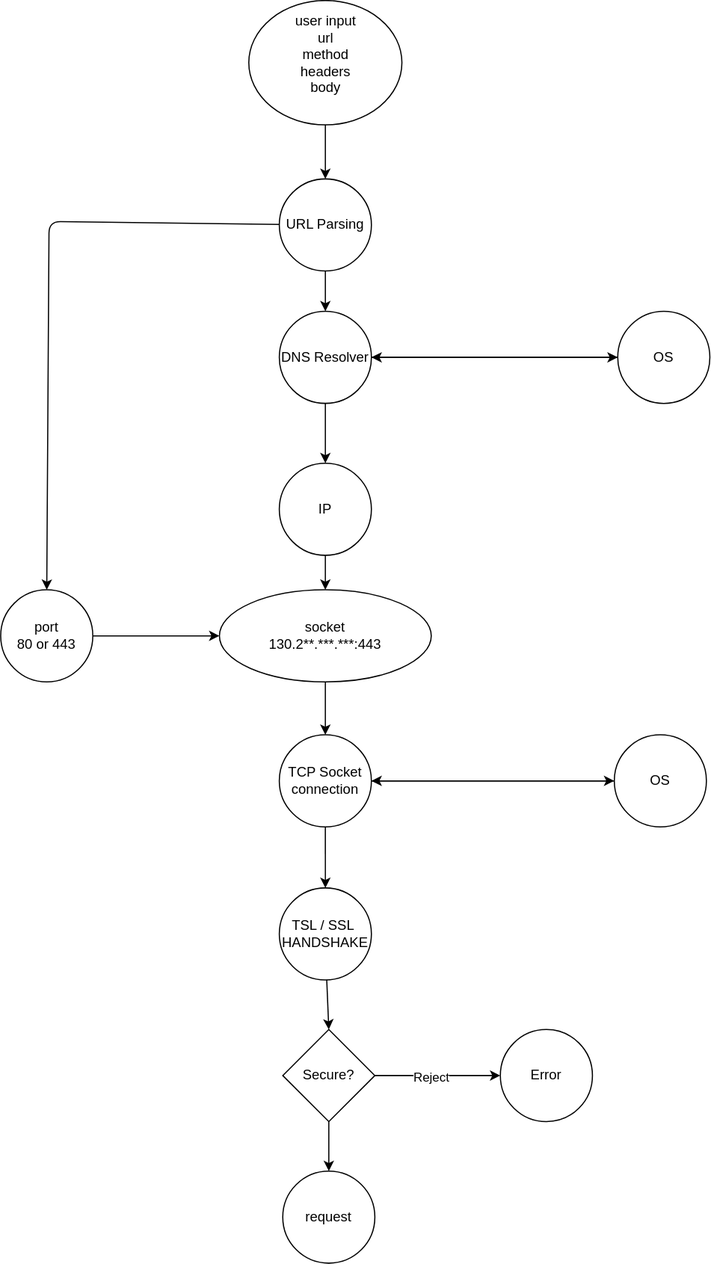
This is flow/connection.svg from MattiasBaldi/http_client, a draw.io export, as it was before one commit. Source tidied: cells renumbered, new cells last; positions are measured from the earlier drawing's top-left corner, leaving out a move shared by most shapes.
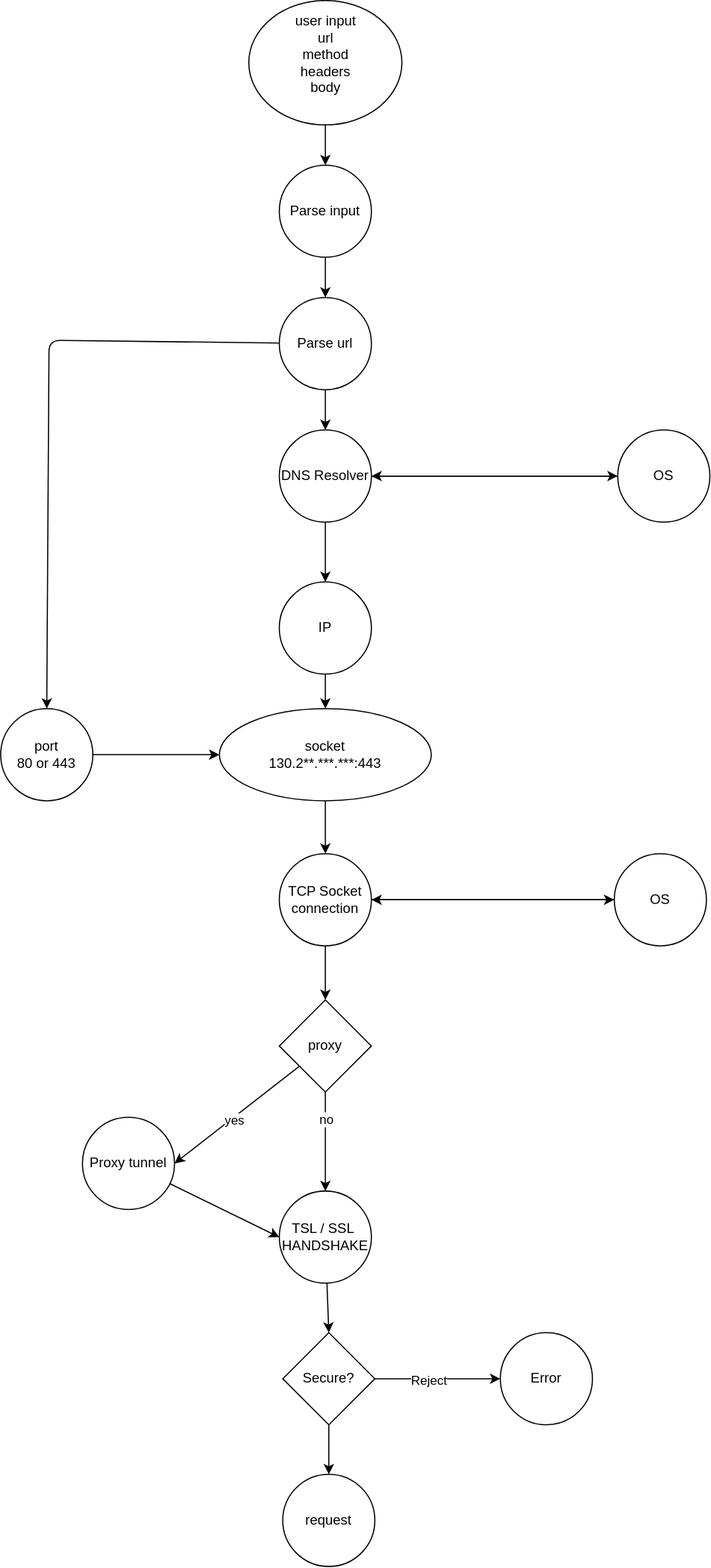
After the commit.

The edit, as a diff of the source:
```diff
@@ -3,13 +3,13 @@
     <mxCell id="0" />
     <mxCell id="1" parent="0" />
     <mxCell id="2" style="group;" parent="1" vertex="1">
-      <mxGeometry width="616" height="1097" as="geometry" />
+      <mxGeometry width="616" height="1360" as="geometry" />
     </mxCell>
     <mxCell id="3" style="edgeStyle=none;html=1;entryX=0.5;entryY=0;entryDx=0;entryDy=0;" parent="2" edge="1" source="4" target="8">
       <mxGeometry relative="1" as="geometry" />
     </mxCell>
     <mxCell id="4" value="TSL / SSL&amp;nbsp;&lt;div&gt;HANDSHAKE&lt;/div&gt;" style="ellipse;whiteSpace=wrap;html=1;" parent="2" vertex="1">
-      <mxGeometry x="242" y="771" width="80" height="80" as="geometry" />
+      <mxGeometry x="242" y="1034" width="80" height="80" as="geometry" />
     </mxCell>
     <mxCell id="5" style="edgeStyle=none;html=1;" parent="2" edge="1" source="8" target="9">
       <mxGeometry relative="1" as="geometry" />
@@ -21,34 +21,28 @@
       <mxGeometry relative="1" as="geometry" />
     </mxCell>
     <mxCell id="8" value="Secure?" style="rhombus;whiteSpace=wrap;html=1;" parent="2" vertex="1">
-      <mxGeometry x="245" y="894" width="80" height="80" as="geometry" />
+      <mxGeometry x="245" y="1157" width="80" height="80" as="geometry" />
     </mxCell>
     <mxCell id="9" value="Error" style="ellipse;whiteSpace=wrap;html=1;" parent="2" vertex="1">
-      <mxGeometry x="434" y="894" width="80" height="80" as="geometry" />
+      <mxGeometry x="434" y="1157" width="80" height="80" as="geometry" />
     </mxCell>
-    <mxCell id="10" style="edgeStyle=none;html=1;entryX=0.5;entryY=0;entryDx=0;entryDy=0;" parent="2" edge="1" source="13" target="4">
-      <mxGeometry relative="1" as="geometry" />
-    </mxCell>
     <mxCell id="11" value="request" style="ellipse;whiteSpace=wrap;html=1;" parent="2" vertex="1">
-      <mxGeometry x="245" y="1017" width="80" height="80" as="geometry" />
+      <mxGeometry x="245" y="1280" width="80" height="80" as="geometry" />
     </mxCell>
     <mxCell id="12" style="edgeStyle=none;html=1;entryX=0;entryY=0.5;entryDx=0;entryDy=0;fontColor=light-dark(#000000,#FFFFFF);" parent="2" edge="1" source="13" target="22">
       <mxGeometry relative="1" as="geometry" />
     </mxCell>
+    <mxCell id="32" style="edgeStyle=none;html=1;" parent="2" edge="1" source="13" target="42">
+      <mxGeometry relative="1" as="geometry" />
+    </mxCell>
     <mxCell id="13" value="TCP Socket connection" style="ellipse;whiteSpace=wrap;html=1;fontColor=light-dark(#000000,#FFFFFF);" parent="2" vertex="1">
-      <mxGeometry x="242" y="638" width="80" height="80" as="geometry" />
+      <mxGeometry x="242" y="741" width="80" height="80" as="geometry" />
     </mxCell>
-    <mxCell id="14" style="edgeStyle=none;html=1;entryX=0.5;entryY=0;entryDx=0;entryDy=0;fontColor=light-dark(#000000,#FFFFFF);" parent="2" edge="1" source="15" target="27">
-      <mxGeometry relative="1" as="geometry" />
-    </mxCell>
-    <mxCell id="15" value="user input&lt;div&gt;url&lt;/div&gt;&lt;div&gt;method&lt;/div&gt;&lt;div&gt;headers&lt;/div&gt;&lt;div&gt;body&lt;/div&gt;&lt;div&gt;&lt;br&gt;&lt;/div&gt;" style="ellipse;whiteSpace=wrap;html=1;align=center;fontColor=light-dark(#000000,#FFFFFF);" parent="2" vertex="1">
-      <mxGeometry x="215.5" width="133" height="108" as="geometry" />
-    </mxCell>
     <mxCell id="16" style="edgeStyle=none;html=1;entryX=0.5;entryY=0;entryDx=0;entryDy=0;fontColor=light-dark(#000000,#FFFFFF);" parent="2" edge="1" source="17" target="29">
       <mxGeometry relative="1" as="geometry" />
     </mxCell>
     <mxCell id="17" value="IP" style="ellipse;whiteSpace=wrap;html=1;fontColor=light-dark(#000000,#FFFFFF);" parent="2" vertex="1">
-      <mxGeometry x="242" y="402" width="80" height="80" as="geometry" />
+      <mxGeometry x="242" y="505" width="80" height="80" as="geometry" />
     </mxCell>
     <mxCell id="18" style="edgeStyle=none;html=1;fontColor=light-dark(#000000,#FFFFFF);" parent="2" edge="1" source="20" target="17">
       <mxGeometry relative="1" as="geometry" />
@@ -57,19 +51,19 @@
       <mxGeometry relative="1" as="geometry" />
     </mxCell>
     <mxCell id="20" value="DNS Resolver" style="ellipse;whiteSpace=wrap;html=1;fontColor=light-dark(#000000,#FFFFFF);" parent="2" vertex="1">
-      <mxGeometry x="242" y="270" width="80" height="80" as="geometry" />
+      <mxGeometry x="242" y="373" width="80" height="80" as="geometry" />
     </mxCell>
     <mxCell id="21" style="edgeStyle=none;html=1;fontColor=light-dark(#000000,#FFFFFF);" parent="2" edge="1" source="22" target="13">
       <mxGeometry relative="1" as="geometry" />
     </mxCell>
     <mxCell id="22" value="OS" style="ellipse;whiteSpace=wrap;html=1;fontColor=light-dark(#000000,#FFFFFF);" parent="2" vertex="1">
-      <mxGeometry x="533" y="638" width="80" height="80" as="geometry" />
+      <mxGeometry x="533" y="741" width="80" height="80" as="geometry" />
     </mxCell>
     <mxCell id="23" style="edgeStyle=none;html=1;fontColor=light-dark(#000000,#FFFFFF);" parent="2" edge="1" source="24" target="20">
       <mxGeometry relative="1" as="geometry" />
     </mxCell>
     <mxCell id="24" value="OS" style="ellipse;whiteSpace=wrap;html=1;fontColor=light-dark(#000000,#FFFFFF);" parent="2" vertex="1">
-      <mxGeometry x="536" y="270" width="80" height="80" as="geometry" />
+      <mxGeometry x="536" y="373" width="80" height="80" as="geometry" />
     </mxCell>
     <mxCell id="25" style="edgeStyle=none;html=1;fontColor=light-dark(#000000,#FFFFFF);" parent="2" edge="1" source="27" target="20">
       <mxGeometry relative="1" as="geometry" />
@@ -77,24 +71,57 @@
     <mxCell id="26" style="edgeStyle=none;html=1;entryX=0.5;entryY=0;entryDx=0;entryDy=0;fontColor=light-dark(#000000,#FFFFFF);" parent="2" edge="1" source="27" target="31">
       <mxGeometry relative="1" as="geometry">
         <Array as="points">
-          <mxPoint x="42" y="192" />
+          <mxPoint x="42" y="295" />
         </Array>
       </mxGeometry>
     </mxCell>
-    <mxCell id="27" value="URL Parsing" style="ellipse;whiteSpace=wrap;html=1;fontColor=light-dark(#000000,#FFFFFF);" parent="2" vertex="1">
-      <mxGeometry x="242" y="155" width="80" height="80" as="geometry" />
+    <mxCell id="27" value="Parse url" style="ellipse;whiteSpace=wrap;html=1;fontColor=light-dark(#000000,#FFFFFF);" parent="2" vertex="1">
+      <mxGeometry x="242" y="258" width="80" height="80" as="geometry" />
     </mxCell>
     <mxCell id="28" style="edgeStyle=none;html=1;fontColor=light-dark(#000000,#FFFFFF);" parent="2" edge="1" source="29" target="13">
       <mxGeometry relative="1" as="geometry" />
     </mxCell>
     <mxCell id="29" value="socket&lt;div&gt;130.2**.***.***:443&lt;/div&gt;" style="ellipse;whiteSpace=wrap;html=1;fontColor=light-dark(#000000,#FFFFFF);" parent="2" vertex="1">
-      <mxGeometry x="190" y="512" width="184" height="80" as="geometry" />
+      <mxGeometry x="190" y="615" width="184" height="80" as="geometry" />
     </mxCell>
     <mxCell id="30" style="edgeStyle=none;html=1;fontColor=light-dark(#000000,#FFFFFF);" parent="2" edge="1" source="31" target="29">
       <mxGeometry relative="1" as="geometry" />
     </mxCell>
     <mxCell id="31" value="port&lt;div&gt;80 or 443&lt;/div&gt;" style="ellipse;whiteSpace=wrap;html=1;fontColor=light-dark(#000000,#FFFFFF);" parent="2" vertex="1">
-      <mxGeometry y="512" width="80" height="80" as="geometry" />
+      <mxGeometry y="615" width="80" height="80" as="geometry" />
     </mxCell>
+    <mxCell id="33" style="edgeStyle=none;html=1;" parent="2" edge="1" source="34" target="27">
+      <mxGeometry relative="1" as="geometry" />
+    </mxCell>
+    <mxCell id="34" value="Parse input" style="ellipse;whiteSpace=wrap;html=1;fontColor=light-dark(#000000,#FFFFFF);" parent="2" vertex="1">
+      <mxGeometry x="242" y="143" width="80" height="80" as="geometry" />
+    </mxCell>
+    <mxCell id="15" value="user input&lt;div&gt;url&lt;/div&gt;&lt;div&gt;method&lt;/div&gt;&lt;div&gt;headers&lt;/div&gt;&lt;div&gt;body&lt;/div&gt;&lt;div&gt;&lt;br&gt;&lt;/div&gt;" style="ellipse;whiteSpace=wrap;html=1;align=center;fontColor=light-dark(#000000,#FFFFFF);" parent="2" vertex="1">
+      <mxGeometry x="215.5" width="133" height="108" as="geometry" />
+    </mxCell>
+    <mxCell id="35" style="edgeStyle=none;html=1;" parent="2" edge="1" source="15" target="34">
+      <mxGeometry relative="1" as="geometry" />
+    </mxCell>
+    <mxCell id="36" style="edgeStyle=none;html=1;entryX=0;entryY=0.5;entryDx=0;entryDy=0;" parent="2" edge="1" source="37" target="4">
+      <mxGeometry relative="1" as="geometry" />
+    </mxCell>
+    <mxCell id="37" value="Proxy tunnel" style="ellipse;whiteSpace=wrap;html=1;" parent="2" vertex="1">
+      <mxGeometry x="71" y="970" width="80" height="80" as="geometry" />
+    </mxCell>
+    <mxCell id="38" style="edgeStyle=none;html=1;entryX=1;entryY=0.5;entryDx=0;entryDy=0;" parent="2" edge="1" source="42" target="37">
+      <mxGeometry relative="1" as="geometry" />
+    </mxCell>
+    <mxCell id="39" value="yes" style="edgeLabel;html=1;align=center;verticalAlign=middle;" parent="38" vertex="1">
+      <mxGeometry x="0.1" y="1" relative="1" as="geometry" />
+    </mxCell>
+    <mxCell id="40" style="edgeStyle=none;html=1;" parent="2" edge="1" source="42" target="4">
+      <mxGeometry relative="1" as="geometry" />
+    </mxCell>
+    <mxCell id="41" value="no" style="edgeLabel;html=1;align=center;verticalAlign=middle;" parent="40" vertex="1">
+      <mxGeometry x="-0.48" relative="1" as="geometry" />
+    </mxCell>
+    <mxCell id="42" value="proxy" style="rhombus;whiteSpace=wrap;html=1;" parent="2" vertex="1">
+      <mxGeometry x="242" y="868" width="80" height="80" as="geometry" />
+    </mxCell>
   </root>
 </mxGraphModel>
```
